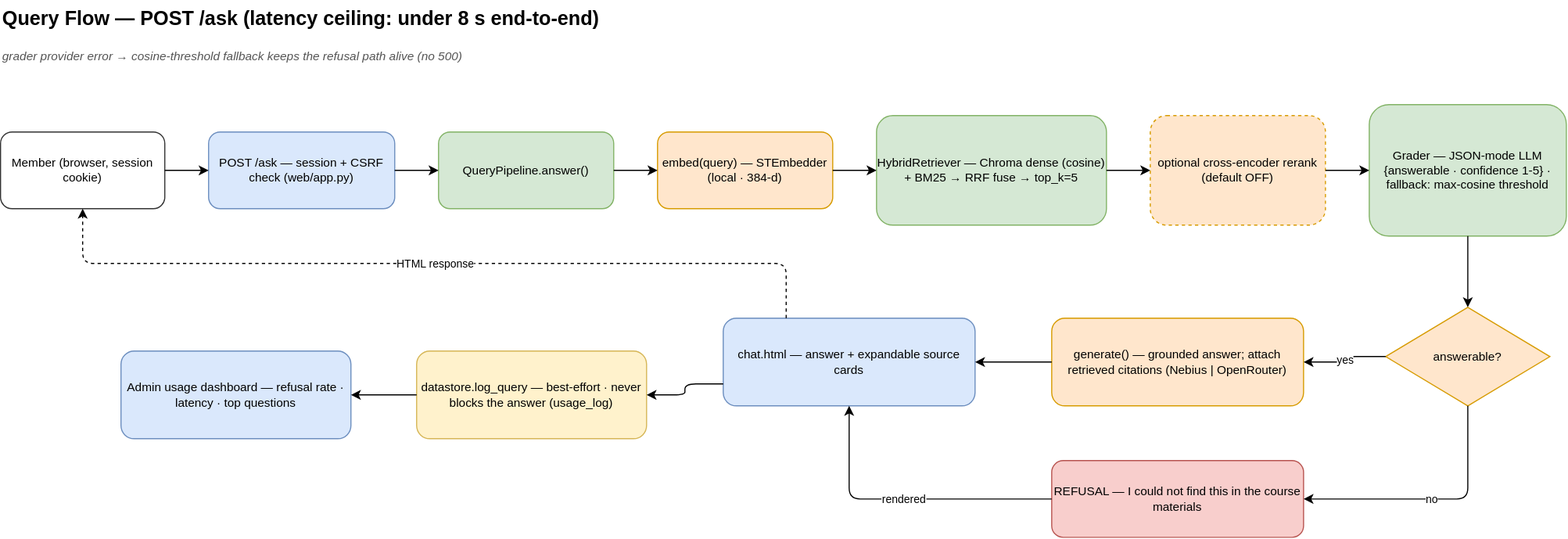
Before: docs/diagrams/02-query-flow.svg, a diagram exported from draw.io (manjunath84/genacademy-rag). Source tidied: cells renumbered, new cells last; positions are measured from the earlier drawing's top-left corner, leaving out a move shared by most shapes.
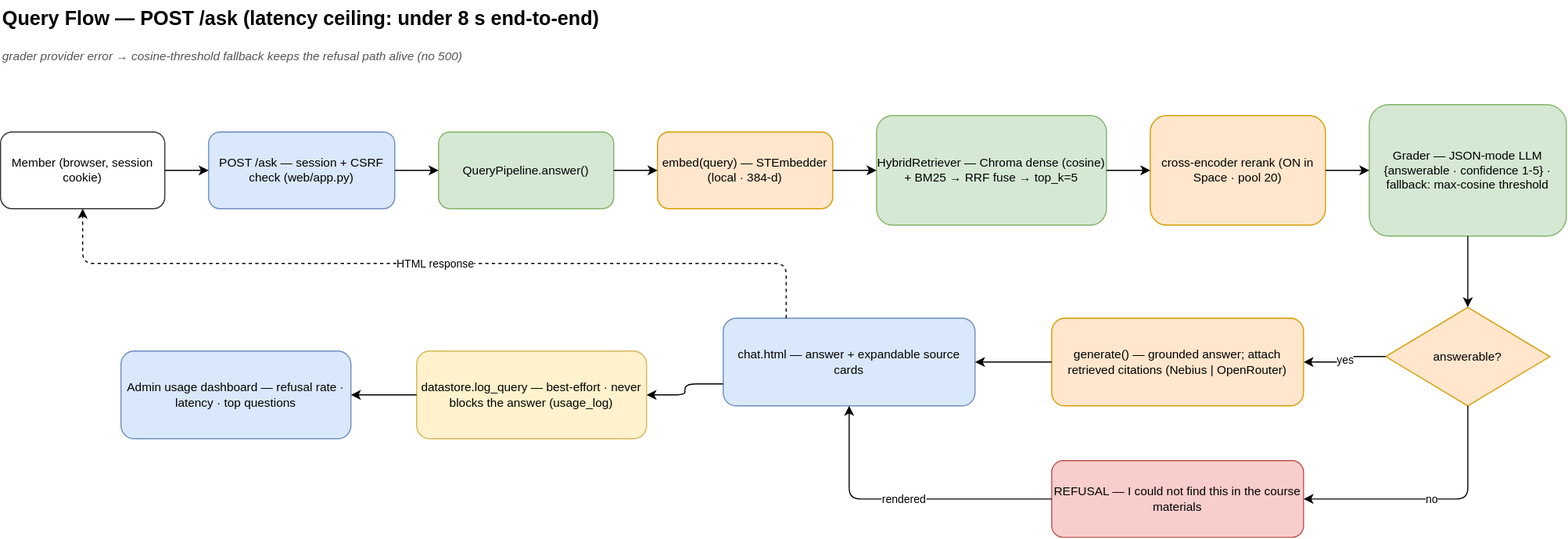
After the change.

Commit message:
docs: refresh all diagrams for the rerank-live posture (#18)

The edit, as a diff of the source:
```diff
@@ -23,7 +23,7 @@
     <mxCell id="8" value="HybridRetriever — Chroma dense (cosine) + BM25 → RRF fuse → top_k=5" style="rounded=1;whiteSpace=wrap;html=1;fillColor=#d5e8d4;strokeColor=#82b366;fontSize=11;" parent="1" vertex="1">
       <mxGeometry x="800" y="105" width="210" height="100" as="geometry" />
     </mxCell>
-    <mxCell id="9" value="optional cross-encoder rerank (default OFF)" style="rounded=1;whiteSpace=wrap;html=1;dashed=1;fillColor=#ffe6cc;strokeColor=#d79b00;fontSize=11;" parent="1" vertex="1">
+    <mxCell id="9" value="cross-encoder rerank (ON in Space · pool 20)" style="rounded=1;whiteSpace=wrap;html=1;fillColor=#ffe6cc;strokeColor=#d79b00;fontSize=11;" parent="1" vertex="1">
       <mxGeometry x="1050" y="105" width="160" height="100" as="geometry" />
     </mxCell>
     <mxCell id="10" value="Grader — JSON-mode LLM {answerable · confidence 1-5} · fallback: max-cosine threshold" style="rounded=1;whiteSpace=wrap;html=1;fillColor=#d5e8d4;strokeColor=#82b366;fontSize=11;" parent="1" vertex="1">
```
